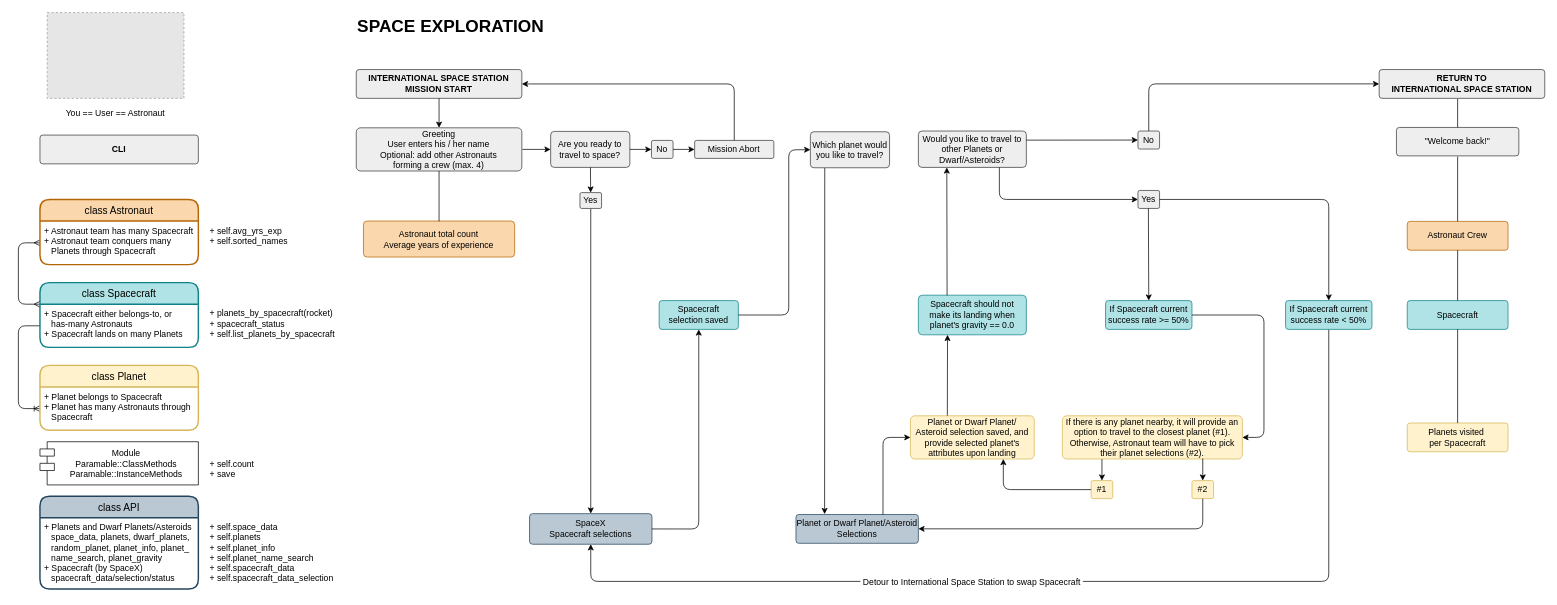
Earlier version of the draw.io diagram Space-Exp Diagram.drawio (fentybit/CLISpaceExploration). Source tidied: cells renumbered, new cells numbered last; positions are measured from the earlier drawing's top-left corner, leaving out a move shared by most shapes. Both pictures are drawn from the tidied source at 72%, with x=0, y=0 at pixel (18, 12). Pictures stored in the file or linked from it are replaced by grey dashed boxes.
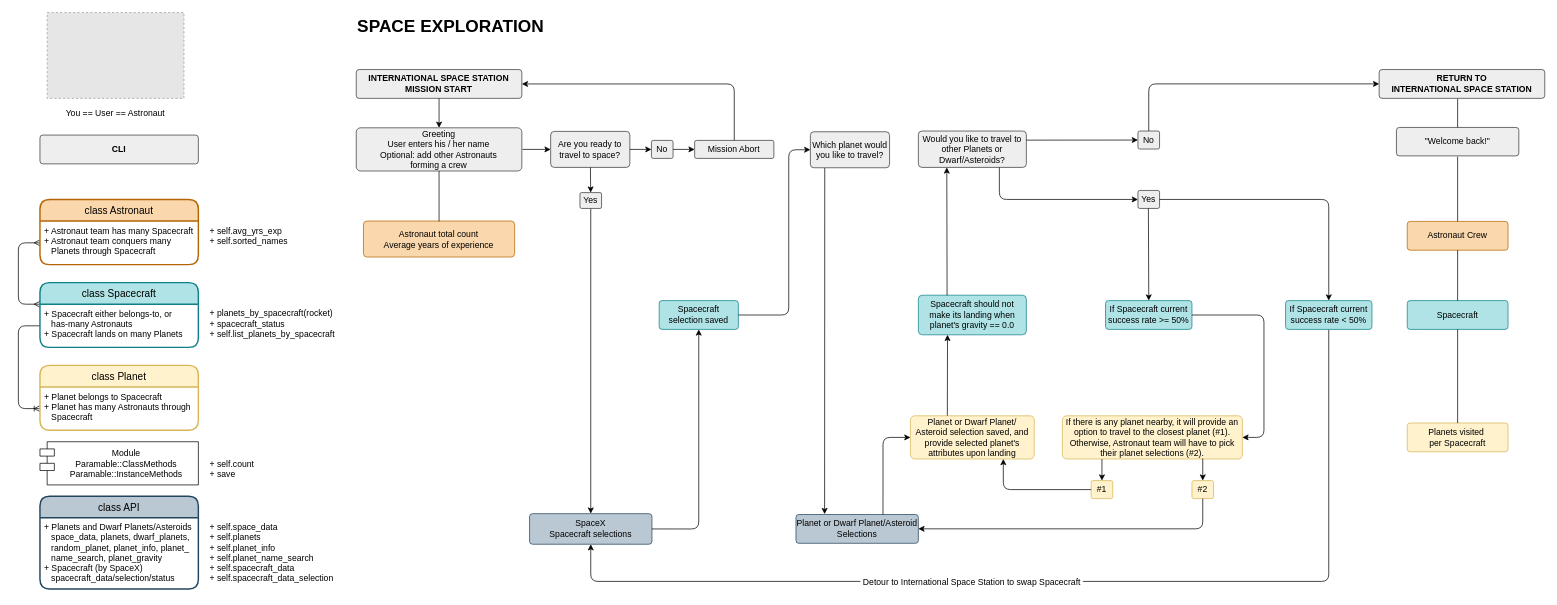
The same page after the edit.

Diff of the diagram source:
```diff
@@
-    <mxCell id="21" value="Greeting&lt;br&gt;User enters his / her name&lt;br&gt;Optional: add other Astronauts &lt;br&gt;forming a crew (max. 4)" style="rounded=1;arcSize=10;whiteSpace=wrap;html=1;align=center;fillColor=#eeeeee;strokeColor=#36393d;" parent="1" vertex="1">
+    <mxCell id="21" value="Greeting&lt;br&gt;User enters his / her name&lt;br&gt;Optional: add other Astronauts &lt;br&gt;forming a crew" style="rounded=1;arcSize=10;whiteSpace=wrap;html=1;align=center;fillColor=#eeeeee;strokeColor=#36393d;" parent="1" vertex="1">
       <mxGeometry x="469.3" y="160" width="230" height="60" as="geometry" />
     </mxCell>
```
